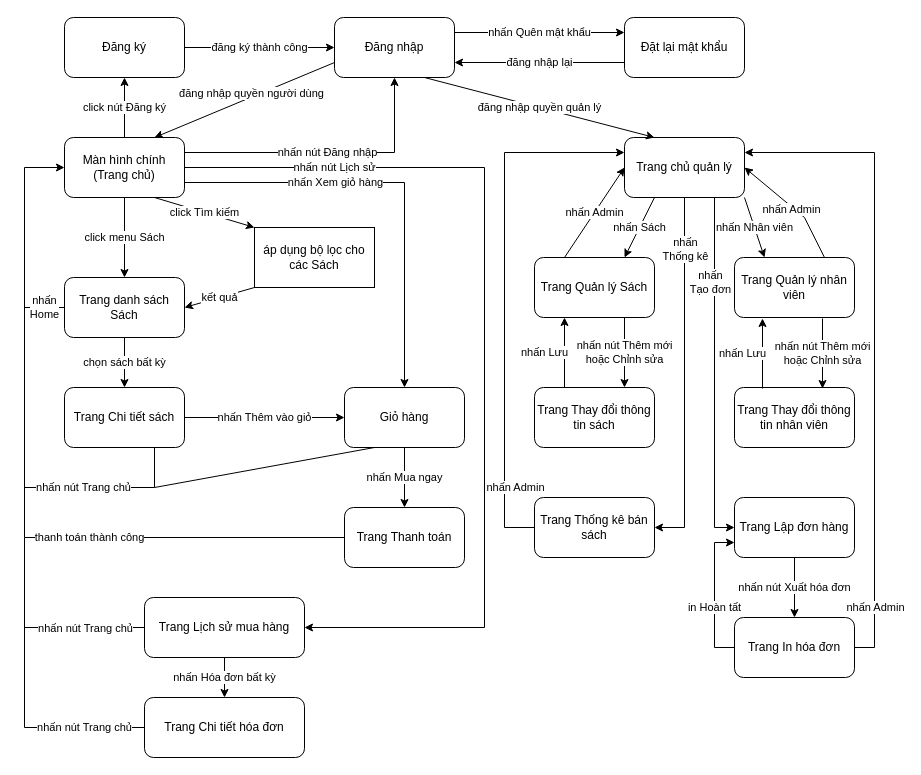
Earlier version of the draw.io diagram Untitled Diagram.drawio (Miraculous-Sky/mini_project). Source tidied: cells renumbered, new cells numbered last; positions are measured from the earlier drawing's top-left corner, leaving out a move shared by most shapes. Both pictures are drawn from the tidied source at 100%, with x=0, y=0 at pixel (24, 17).
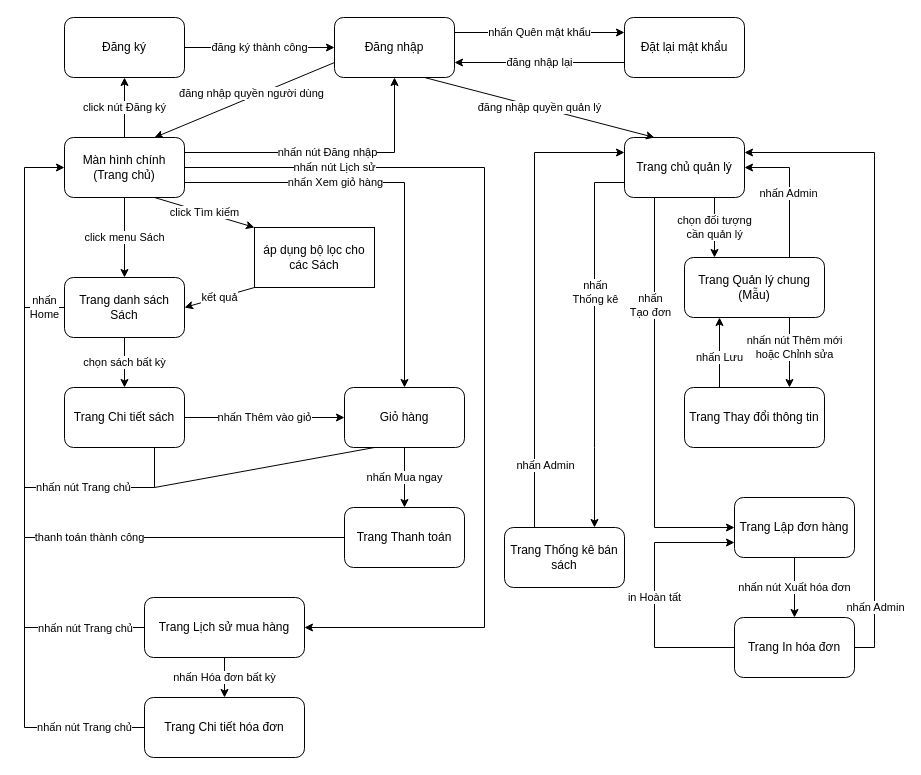
Above is the later version.

Unchanged cells that the change refers to:
```xml
<mxCell id="15" value="Trang chủ quản lý" style="rounded=1;whiteSpace=wrap;html=1;" parent="1" vertex="1">
  <mxGeometry x="600" y="120" width="120" height="60" as="geometry" />
</mxCell>
<mxCell id="45" value="Trang Lập đơn hàng" style="rounded=1;whiteSpace=wrap;html=1;" parent="1" vertex="1">
  <mxGeometry x="710" y="480" width="120" height="60" as="geometry" />
</mxCell>
<mxCell id="46" value="Trang In hóa đơn" style="whiteSpace=wrap;html=1;rounded=1;" parent="1" vertex="1">
  <mxGeometry x="710" y="600" width="120" height="60" as="geometry" />
</mxCell>
```

Diff of the diagram source:
```diff
@@
-    <mxCell id="37" value="nhấn nút Thêm mới&lt;br&gt;hoặc Chỉnh sửa" style="edgeStyle=orthogonalEdgeStyle;rounded=0;jettySize=auto;html=1;exitX=0.75;exitY=1;exitDx=0;exitDy=0;entryX=0.75;entryY=0;entryDx=0;entryDy=0;" parent="1" edge="1" source="38" target="39">
-      <mxGeometry relative="1" as="geometry" />
-    </mxCell>
-    <mxCell id="38" value="Trang Quản lý Sách" style="rounded=1;whiteSpace=wrap;html=1;" parent="1" vertex="1">
-      <mxGeometry x="510" y="240" width="120" height="60" as="geometry" />
-    </mxCell>
-    <mxCell id="39" value="Trang Thay đổi thông tin sách" style="rounded=1;whiteSpace=wrap;html=1;" parent="1" vertex="1">
-      <mxGeometry x="510" y="370" width="120" height="60" as="geometry" />
-    </mxCell>
-    <mxCell id="40" value="nhấn Sách" style="endArrow=classic;html=1;rounded=0;exitX=0.25;exitY=1;exitDx=0;exitDy=0;entryX=0.75;entryY=0;entryDx=0;entryDy=0;" parent="1" edge="1" source="15" target="38">
-      <mxGeometry relative="1" as="geometry" />
-    </mxCell>
-    <mxCell id="41" value="nhấn Lưu" style="endArrow=classic;html=1;rounded=0;exitX=0.25;exitY=0;exitDx=0;exitDy=0;entryX=0.25;entryY=1;entryDx=0;entryDy=0;" parent="1" edge="1" source="39" target="38">
-      <mxGeometry y="20" relative="1" as="geometry">
-        <Array as="points">
-          <mxPoint x="540" y="300" />
-        </Array>
-      </mxGeometry>
-    </mxCell>
-    <mxCell id="42" value="nhấn Admin" style="endArrow=classic;html=1;rounded=0;exitX=0.25;exitY=0;exitDx=0;exitDy=0;entryX=0;entryY=0.5;entryDx=0;entryDy=0;" parent="1" edge="1" source="38" target="15">
-      <mxGeometry relative="1" as="geometry" />
-    </mxCell>
     <mxCell id="43" value="Trang Thống kê bán sách" style="rounded=1;whiteSpace=wrap;html=1;" parent="1" vertex="1">
-      <mxGeometry x="510" y="480" width="120" height="60" as="geometry" />
+      <mxGeometry x="480" y="510" width="120" height="60" as="geometry" />
     </mxCell>
@@
+    <mxCell id="63" value="nhấn nút Thêm mới&lt;br&gt;hoặc Chỉnh sửa" style="edgeStyle=orthogonalEdgeStyle;rounded=0;jettySize=auto;html=1;exitX=0.75;exitY=1;exitDx=0;exitDy=0;entryX=0.75;entryY=0;entryDx=0;entryDy=0;" parent="1" edge="1" source="47" target="55">
+      <mxGeometry x="-0.14" y="5" relative="1" as="geometry" />
+    </mxCell>
-    <mxCell id="47" value="Trang Quản lý nhân viên" style="rounded=1;whiteSpace=wrap;html=1;" parent="1" vertex="1">
-      <mxGeometry x="710" y="240" width="120" height="60" as="geometry" />
+    <mxCell id="47" value="Trang Quản lý chung (Mẫu)" style="rounded=1;whiteSpace=wrap;html=1;" parent="1" vertex="1">
+      <mxGeometry x="660" y="240" width="140" height="60" as="geometry" />
     </mxCell>
-    <mxCell id="48" style="endArrow=classic;html=1;rounded=0;exitX=0.5;exitY=1;exitDx=0;exitDy=0;entryX=1;entryY=0.5;entryDx=0;entryDy=0;" parent="1" edge="1" source="15" target="43">
+    <mxCell id="48" style="endArrow=classic;html=1;rounded=0;exitX=0;exitY=0.75;exitDx=0;exitDy=0;entryX=0.75;entryY=0;entryDx=0;entryDy=0;" parent="1" edge="1" source="15" target="43">
       <mxGeometry relative="1" as="geometry">
         <Array as="points">
-          <mxPoint x="660" y="510" />
+          <mxPoint x="570" y="165" />
+          <mxPoint x="570" y="430" />
         </Array>
       </mxGeometry>
     </mxCell>
     <mxCell id="49" value="nhấn&lt;br&gt;Thống kê" style="edgeLabel;html=1;align=center;verticalAlign=middle;" parent="48" vertex="1">
       <mxGeometry x="-0.78" y="-2" relative="1" as="geometry">
-        <mxPoint x="2" y="11" as="offset" />
+        <mxPoint x="2" y="98" as="offset" />
       </mxGeometry>
     </mxCell>
-    <mxCell id="50" style="endArrow=classic;html=1;rounded=0;exitX=0.75;exitY=1;exitDx=0;exitDy=0;entryX=0;entryY=0.5;entryDx=0;entryDy=0;" parent="1" edge="1" source="15" target="45">
+    <mxCell id="50" style="endArrow=classic;html=1;rounded=0;exitX=0.25;exitY=1;exitDx=0;exitDy=0;entryX=0;entryY=0.5;entryDx=0;entryDy=0;" parent="1" edge="1" source="15" target="45">
       <mxGeometry relative="1" as="geometry">
         <Array as="points">
-          <mxPoint x="690" y="510" />
+          <mxPoint x="630" y="510" />
         </Array>
       </mxGeometry>
     </mxCell>
@@
-    <mxCell id="52" style="endArrow=classic;html=1;rounded=0;exitX=0;exitY=0.5;exitDx=0;exitDy=0;entryX=0;entryY=0.25;entryDx=0;entryDy=0;" parent="1" edge="1" source="43" target="15">
+    <mxCell id="52" style="endArrow=classic;html=1;rounded=0;exitX=0.25;exitY=0;exitDx=0;exitDy=0;entryX=0;entryY=0.25;entryDx=0;entryDy=0;" parent="1" edge="1" source="43" target="15">
       <mxGeometry relative="1" as="geometry">
         <Array as="points">
-          <mxPoint x="480" y="510" />
-          <mxPoint x="480" y="135" />
+          <mxPoint x="510" y="135" />
         </Array>
       </mxGeometry>
     </mxCell>
@@
-    <mxCell id="54" value="nhấn Nhân viên" style="endArrow=classic;html=1;rounded=0;exitX=1;exitY=1;exitDx=0;exitDy=0;entryX=0.25;entryY=0;entryDx=0;entryDy=0;" parent="1" edge="1" source="15" target="47">
-      <mxGeometry relative="1" as="geometry" />
+    <mxCell id="54" value="chọn đối tượng&lt;br&gt;cần quản lý" style="endArrow=classic;html=1;rounded=0;exitX=0.75;exitY=1;exitDx=0;exitDy=0;" parent="1" edge="1" source="15">
+      <mxGeometry relative="1" as="geometry">
+        <mxPoint x="690" y="240" as="targetPoint" />
+      </mxGeometry>
     </mxCell>
-    <mxCell id="55" value="Trang Thay đổi thông tin nhân viên" style="rounded=1;whiteSpace=wrap;html=1;" parent="1" vertex="1">
-      <mxGeometry x="710" y="370" width="120" height="60" as="geometry" />
+    <mxCell id="55" value="Trang Thay đổi thông tin" style="rounded=1;whiteSpace=wrap;html=1;" parent="1" vertex="1">
+      <mxGeometry x="660" y="370" width="140" height="60" as="geometry" />
     </mxCell>
-    <mxCell id="56" value="nhấn nút Thêm mới&lt;br&gt;hoặc Chỉnh sửa" style="edgeStyle=orthogonalEdgeStyle;rounded=0;orthogonalLoop=1;jettySize=auto;html=1;exitX=0.75;exitY=1;exitDx=0;exitDy=0;entryX=0.75;entryY=0;entryDx=0;entryDy=0;" parent="1" edge="1">
-      <mxGeometry relative="1" as="geometry">
-        <mxPoint x="798" y="301" as="sourcePoint" />
-        <mxPoint x="798" y="371" as="targetPoint" />
-      </mxGeometry>
-    </mxCell>
-    <mxCell id="57" value="nhấn Lưu" style="endArrow=classic;html=1;rounded=0;exitX=0.25;exitY=0;exitDx=0;exitDy=0;entryX=0.25;entryY=1;entryDx=0;entryDy=0;" parent="1" edge="1">
-      <mxGeometry y="20" relative="1" as="geometry">
-        <mxPoint x="738" y="371" as="sourcePoint" />
-        <mxPoint x="738" y="301" as="targetPoint" />
-        <Array as="points">
-          <mxPoint x="738" y="301" />
-        </Array>
-      </mxGeometry>
+    <mxCell id="57" value="nhấn Lưu" style="endArrow=classic;html=1;rounded=0;exitX=0.25;exitY=0;exitDx=0;exitDy=0;entryX=0.25;entryY=1;entryDx=0;entryDy=0;" parent="1" edge="1" source="55" target="47">
+      <mxGeometry x="-0.14" relative="1" as="geometry" />
     </mxCell>
     <mxCell id="58" style="endArrow=classic;html=1;rounded=0;entryX=1;entryY=0.5;entryDx=0;entryDy=0;exitX=0.75;exitY=0;exitDx=0;exitDy=0;" parent="1" edge="1" source="47" target="15">
       <mxGeometry relative="1" as="geometry">
         <Array as="points">
-          <mxPoint x="780" y="200" />
+          <mxPoint x="765" y="150" />
         </Array>
       </mxGeometry>
     </mxCell>
@@
     <mxCell id="62" value="in Hoàn tất" style="endArrow=classic;html=1;rounded=0;exitX=0;exitY=0.5;exitDx=0;exitDy=0;entryX=0;entryY=0.75;entryDx=0;entryDy=0;" parent="1" edge="1" source="46" target="45">
-      <mxGeometry x="-0.17" relative="1" as="geometry">
+      <mxGeometry x="-0.02" relative="1" as="geometry">
         <Array as="points">
-          <mxPoint x="690" y="630" />
-          <mxPoint x="690" y="525" />
+          <mxPoint x="630" y="630" />
+          <mxPoint x="630" y="525" />
         </Array>
       </mxGeometry>
     </mxCell>
```
